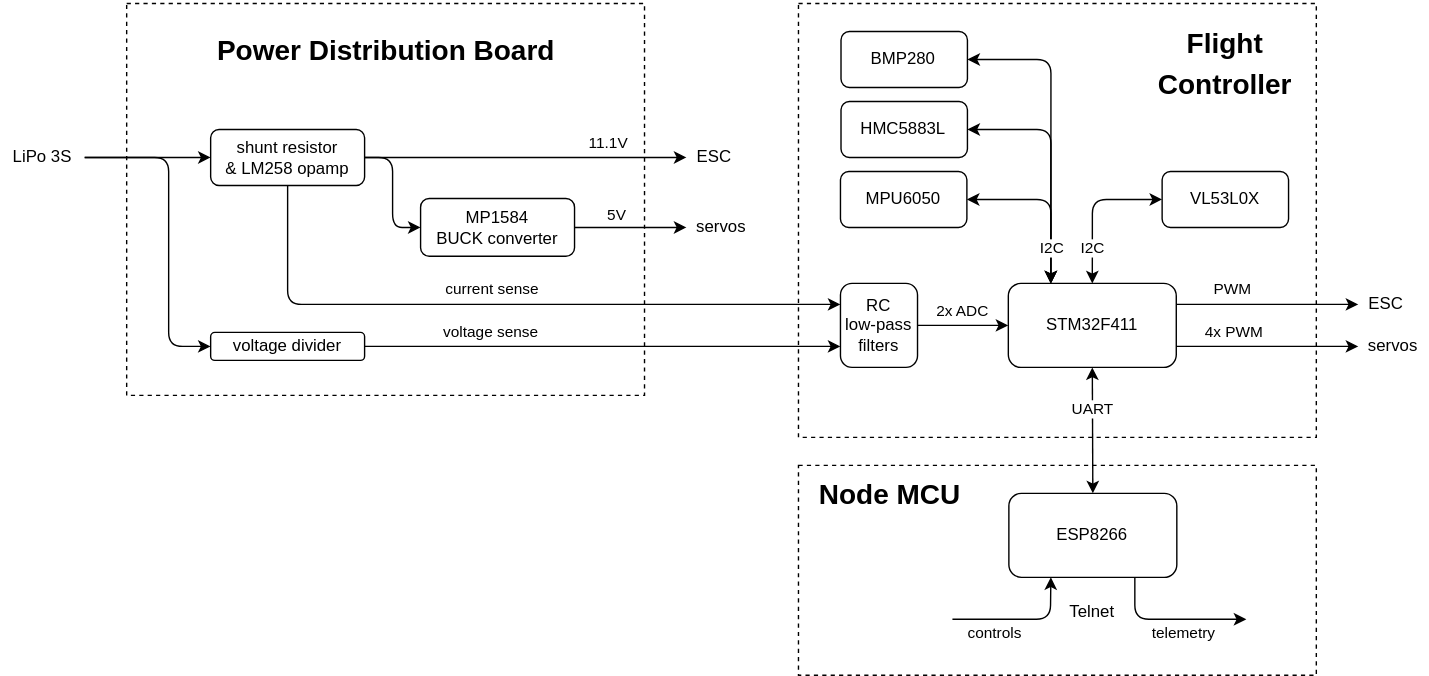
Before: docs/electronics_diagram.drawio.svg, a diagram exported from draw.io (Eryk-Mozdzen/uav-tvc-goose). Source tidied: cells renumbered, new cells last; positions are measured from the earlier drawing's top-left corner, leaving out a move shared by most shapes.
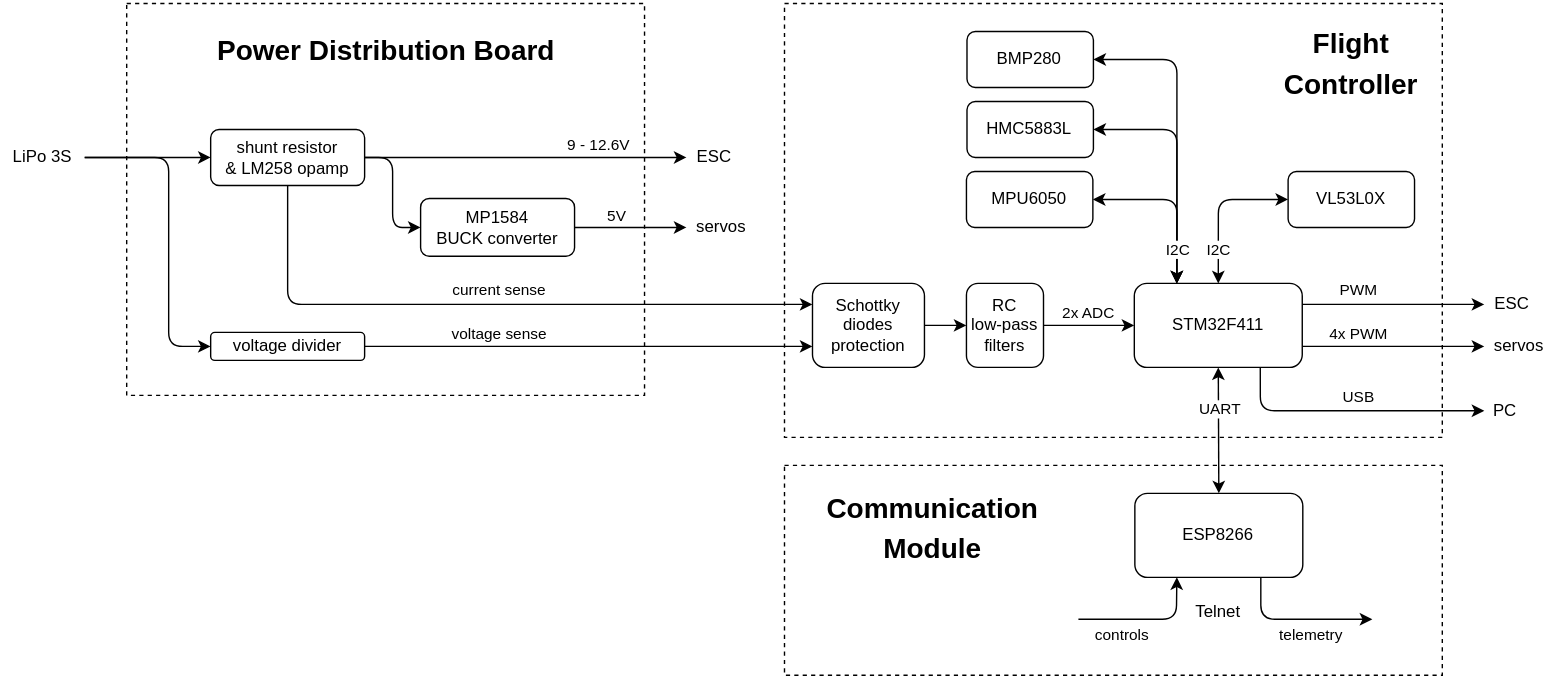
After the commit.

Diff of the diagram source:
```diff
@@ -3,13 +3,13 @@
     <mxCell id="0" />
     <mxCell id="1" parent="0" />
     <mxCell id="2" style="rounded=0;whiteSpace=wrap;html=1;dashed=1;" parent="1" vertex="1">
-      <mxGeometry x="90" width="370" height="280" as="geometry" />
+      <mxGeometry width="370" height="280" as="geometry" />
     </mxCell>
     <mxCell id="3" style="rounded=0;whiteSpace=wrap;html=1;dashed=1;" parent="1" vertex="1">
-      <mxGeometry x="570" width="370" height="310" as="geometry" />
+      <mxGeometry x="470" width="470" height="310" as="geometry" />
     </mxCell>
     <mxCell id="4" style="rounded=0;whiteSpace=wrap;html=1;dashed=1;" parent="1" vertex="1">
-      <mxGeometry x="570" y="330" width="370" height="150" as="geometry" />
+      <mxGeometry x="470" y="330" width="470" height="150" as="geometry" />
     </mxCell>
     <mxCell id="5" style="edgeStyle=none;html=1;entryX=0.25;entryY=1;entryDx=0;entryDy=0;" parent="1" edge="1" target="10">
       <mxGeometry relative="1" as="geometry">
@@ -49,9 +49,9 @@
     <mxCell id="12" style="endArrow=classic;html=1;entryX=0;entryY=0.5;entryDx=0;entryDy=0;exitX=1;exitY=0.5;exitDx=0;exitDy=0;" parent="1" edge="1" source="33" target="31">
       <mxGeometry relative="1" as="geometry" />
     </mxCell>
-    <mxCell id="13" value="11.1V" style="edgeLabel;html=1;align=center;verticalAlign=middle;" parent="12" vertex="1">
+    <mxCell id="13" value="9 - 12.6V" style="edgeLabel;html=1;align=center;verticalAlign=middle;" parent="12" vertex="1">
       <mxGeometry x="0.37" y="-2" relative="1" as="geometry">
-        <mxPoint x="16" y="-12" as="offset" />
+        <mxPoint x="9" y="-12" as="offset" />
       </mxGeometry>
     </mxCell>
     <mxCell id="14" style="endArrow=classic;html=1;entryX=0;entryY=0.5;entryDx=0;entryDy=0;exitX=1;exitY=0.25;exitDx=0;exitDy=0;" parent="1" edge="1" source="7" target="16">
@@ -115,7 +115,7 @@
       </mxGeometry>
     </mxCell>
     <mxCell id="27" value="&lt;div&gt;MP1584&lt;/div&gt;&lt;div&gt;BUCK converter&lt;/div&gt;" style="rounded=1;whiteSpace=wrap;html=1;" parent="1" vertex="1">
-      <mxGeometry x="300" y="139.4" width="110" height="41.2" as="geometry" />
+      <mxGeometry x="210" y="139.4" width="110" height="41.2" as="geometry" />
     </mxCell>
     <mxCell id="28" style="edgeStyle=none;html=1;exitX=1;exitY=0.5;exitDx=0;exitDy=0;" parent="1" edge="1" source="27" target="32">
       <mxGeometry relative="1" as="geometry" />
@@ -128,33 +128,33 @@
     <mxCell id="30" style="endArrow=classic;html=1;entryX=0;entryY=0.5;entryDx=0;entryDy=0;exitX=1;exitY=0.5;exitDx=0;exitDy=0;" parent="1" edge="1" source="33" target="27">
       <mxGeometry relative="1" as="geometry">
         <Array as="points">
-          <mxPoint x="280" y="110" />
-          <mxPoint x="280" y="160" />
+          <mxPoint x="190" y="110" />
+          <mxPoint x="190" y="160" />
         </Array>
       </mxGeometry>
     </mxCell>
     <mxCell id="31" value="ESC" style="text;html=1;strokeColor=none;fillColor=none;align=center;verticalAlign=middle;whiteSpace=wrap;rounded=0;" parent="1" vertex="1">
-      <mxGeometry x="489.9" y="95" width="40" height="30" as="geometry" />
+      <mxGeometry x="399.9" y="95" width="40" height="30" as="geometry" />
     </mxCell>
     <mxCell id="32" value="servos" style="text;html=1;strokeColor=none;fillColor=none;align=center;verticalAlign=middle;whiteSpace=wrap;rounded=0;" parent="1" vertex="1">
-      <mxGeometry x="489.9" y="145" width="50" height="30" as="geometry" />
+      <mxGeometry x="399.9" y="145" width="50" height="30" as="geometry" />
     </mxCell>
     <mxCell id="33" value="shunt resistor&lt;br&gt;&amp;amp; LM258 opamp" style="rounded=1;whiteSpace=wrap;html=1;" parent="1" vertex="1">
-      <mxGeometry x="150" y="90" width="110" height="40" as="geometry" />
+      <mxGeometry x="60" y="90" width="110" height="40" as="geometry" />
     </mxCell>
     <mxCell id="34" style="endArrow=classic;html=1;entryX=0;entryY=0.5;entryDx=0;entryDy=0;exitX=1;exitY=0.5;exitDx=0;exitDy=0;" parent="1" edge="1" source="39" target="33">
       <mxGeometry relative="1" as="geometry" />
     </mxCell>
-    <mxCell id="35" style="endArrow=classic;html=1;exitX=0.5;exitY=1;exitDx=0;exitDy=0;entryX=0;entryY=0.25;entryDx=0;entryDy=0;" parent="1" edge="1" source="33" target="44">
+    <mxCell id="35" style="endArrow=classic;html=1;exitX=0.5;exitY=1;exitDx=0;exitDy=0;entryX=0;entryY=0.25;entryDx=0;entryDy=0;" parent="1" edge="1" source="33" target="54">
       <mxGeometry relative="1" as="geometry">
         <Array as="points">
-          <mxPoint x="205" y="215" />
+          <mxPoint x="115" y="215" />
         </Array>
       </mxGeometry>
     </mxCell>
     <mxCell id="36" value="current sense" style="edgeLabel;html=1;align=center;verticalAlign=middle;fontSize=11;" parent="35" vertex="1">
       <mxGeometry x="0.55" y="-1" relative="1" as="geometry">
-        <mxPoint x="-141" y="-12" as="offset" />
+        <mxPoint x="-121" y="-12" as="offset" />
       </mxGeometry>
     </mxCell>
     <mxCell id="37" style="endArrow=classic;startArrow=classic;html=1;exitX=0.5;exitY=1;exitDx=0;exitDy=0;entryX=0.5;entryY=0;entryDx=0;entryDy=0;" parent="1" edge="1" source="7" target="10">
@@ -166,25 +166,25 @@
       </mxGeometry>
     </mxCell>
     <mxCell id="39" value="LiPo 3S" style="text;html=1;strokeColor=none;fillColor=none;align=center;verticalAlign=middle;whiteSpace=wrap;rounded=0;dashed=1;" parent="1" vertex="1">
-      <mxGeometry y="95" width="60" height="30" as="geometry" />
+      <mxGeometry x="-90" y="95" width="60" height="30" as="geometry" />
     </mxCell>
     <mxCell id="40" value="voltage divider" style="rounded=1;whiteSpace=wrap;html=1;" parent="1" vertex="1">
-      <mxGeometry x="150" y="235" width="110" height="20" as="geometry" />
+      <mxGeometry x="60" y="235" width="110" height="20" as="geometry" />
     </mxCell>
     <mxCell id="41" style="endArrow=classic;html=1;exitX=1;exitY=0.5;exitDx=0;exitDy=0;entryX=0;entryY=0.5;entryDx=0;entryDy=0;" parent="1" edge="1" source="39" target="40">
       <mxGeometry relative="1" as="geometry">
         <Array as="points">
-          <mxPoint x="120" y="110" />
-          <mxPoint x="120" y="245" />
+          <mxPoint x="30" y="110" />
+          <mxPoint x="30" y="245" />
         </Array>
       </mxGeometry>
     </mxCell>
-    <mxCell id="42" style="endArrow=classic;html=1;exitX=1;exitY=0.5;exitDx=0;exitDy=0;entryX=0;entryY=0.75;entryDx=0;entryDy=0;" parent="1" edge="1" source="40" target="44">
+    <mxCell id="42" style="endArrow=classic;html=1;exitX=1;exitY=0.5;exitDx=0;exitDy=0;entryX=0;entryY=0.75;entryDx=0;entryDy=0;" parent="1" edge="1" source="40" target="54">
       <mxGeometry relative="1" as="geometry" />
     </mxCell>
     <mxCell id="43" value="voltage sense" style="edgeLabel;html=1;align=center;verticalAlign=middle;fontSize=11;" parent="42" vertex="1">
       <mxGeometry x="-0.26" y="1" relative="1" as="geometry">
-        <mxPoint x="-36" y="-9" as="offset" />
+        <mxPoint x="-23" y="-9" as="offset" />
       </mxGeometry>
     </mxCell>
     <mxCell id="44" value="RC&lt;br&gt;low-pass filters" style="rounded=1;whiteSpace=wrap;html=1;" parent="1" vertex="1">
@@ -202,10 +202,10 @@
       <mxGeometry x="820" y="7.5" width="110" height="65" as="geometry" />
     </mxCell>
     <mxCell id="48" value="&lt;h1&gt;&lt;font style=&quot;font-size: 20px&quot;&gt;Power Distribution Board&lt;/font&gt;&lt;/h1&gt;" style="text;html=1;strokeColor=none;fillColor=none;spacing=5;spacingTop=-20;whiteSpace=wrap;overflow=hidden;rounded=0;dashed=1;" parent="1" vertex="1">
-      <mxGeometry x="150" y="12.5" width="260" height="40" as="geometry" />
+      <mxGeometry x="60" y="12.5" width="260" height="40" as="geometry" />
     </mxCell>
-    <mxCell id="49" value="&lt;h1&gt;&lt;font style=&quot;font-size: 20px&quot;&gt;Node MCU&lt;/font&gt;&lt;/h1&gt;" style="text;html=1;strokeColor=none;fillColor=none;spacing=5;spacingTop=-20;whiteSpace=wrap;overflow=hidden;rounded=0;dashed=1;" parent="1" vertex="1">
-      <mxGeometry x="580" y="330" width="120" height="40" as="geometry" />
+    <mxCell id="49" value="&lt;h1&gt;&lt;font style=&quot;font-size: 20px&quot;&gt;Communication Module&lt;/font&gt;&lt;/h1&gt;" style="text;html=1;strokeColor=none;fillColor=none;spacing=5;spacingTop=-20;whiteSpace=wrap;overflow=hidden;rounded=0;dashed=1;align=center;" parent="1" vertex="1">
+      <mxGeometry x="490" y="340" width="172" height="100" as="geometry" />
     </mxCell>
     <mxCell id="50" value="VL53L0X" style="rounded=1;whiteSpace=wrap;html=1;" parent="1" vertex="1">
       <mxGeometry x="829.8" y="120" width="90.3" height="40" as="geometry" />
@@ -222,5 +222,26 @@
         <mxPoint y="-5" as="offset" />
       </mxGeometry>
     </mxCell>
+    <mxCell id="53" style="edgeStyle=none;html=1;" parent="1" edge="1" source="54" target="44">
+      <mxGeometry relative="1" as="geometry" />
+    </mxCell>
+    <mxCell id="54" value="Schottky&lt;br&gt;diodes&lt;br&gt;protection" style="rounded=1;whiteSpace=wrap;html=1;" parent="1" vertex="1">
+      <mxGeometry x="490" y="200" width="80" height="60" as="geometry" />
+    </mxCell>
+    <mxCell id="55" value="PC" style="text;html=1;strokeColor=none;fillColor=none;align=center;verticalAlign=middle;whiteSpace=wrap;rounded=0;" parent="1" vertex="1">
+      <mxGeometry x="970" y="276" width="30" height="30" as="geometry" />
+    </mxCell>
+    <mxCell id="56" style="endArrow=classic;html=1;entryX=0;entryY=0.5;entryDx=0;entryDy=0;exitX=0.75;exitY=1;exitDx=0;exitDy=0;" parent="1" edge="1" source="7" target="55">
+      <mxGeometry relative="1" as="geometry">
+        <Array as="points">
+          <mxPoint x="810" y="291" />
+        </Array>
+      </mxGeometry>
+    </mxCell>
+    <mxCell id="57" value="USB" style="edgeLabel;html=1;align=center;verticalAlign=middle;" parent="56" vertex="1">
+      <mxGeometry x="0.05" relative="1" as="geometry">
+        <mxPoint x="1" y="-11" as="offset" />
+      </mxGeometry>
+    </mxCell>
   </root>
 </mxGraphModel>
```
